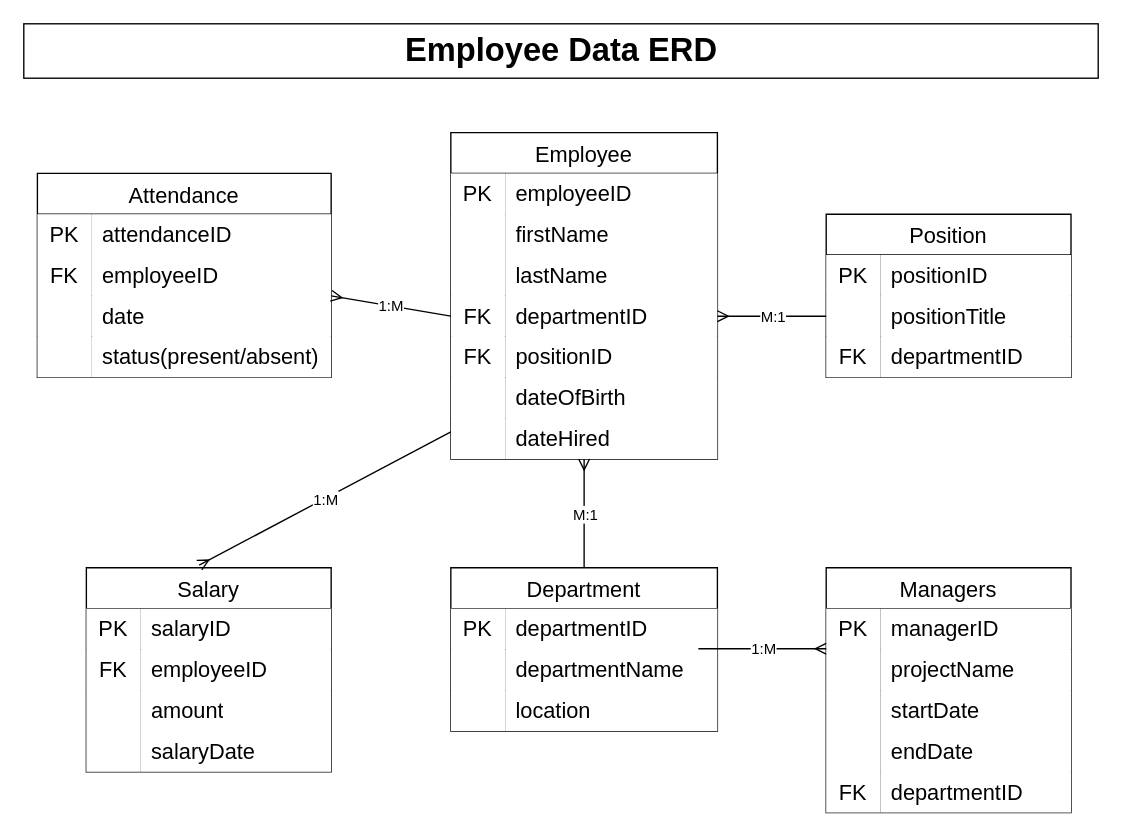
Above: erd-diagram.drawio in HoneyBunny3/employee-data-management (draw.io), before the change. Source tidied: cells renumbered, new cells numbered last; positions are measured from the earlier drawing's top-left corner, leaving out a move shared by most shapes. Both pictures are drawn from the tidied source at 136%, with x=0, y=0 at pixel (23, 23).
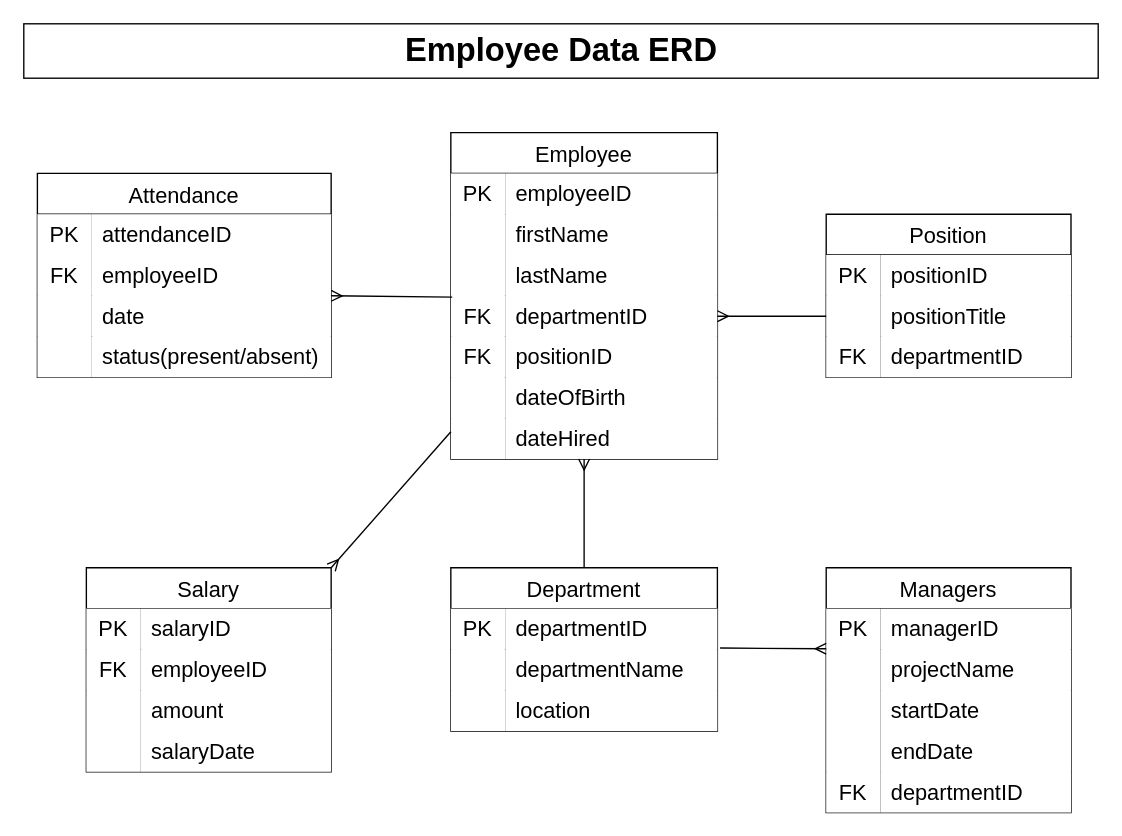
Above is the later version.

Unchanged cells that the change refers to:
```xml
<mxCell id="13" style="shape=tableRow;horizontal=0;startSize=0;swimlaneHead=0;swimlaneBody=0;top=0;left=0;bottom=0;right=0;fillColor=none;points=[[0,0.5],[1,0.5]];portConstraint=eastwest;strokeColor=inherit;fontSize=16;labelBackgroundColor=default;" parent="3" vertex="1">
  <mxGeometry y="120" width="196" height="30" as="geometry" />
</mxCell>
<mxCell id="26" style="shape=tableRow;horizontal=0;startSize=0;swimlaneHead=0;swimlaneBody=0;top=0;left=0;bottom=0;right=0;fillColor=none;points=[[0,0.5],[1,0.5]];portConstraint=eastwest;strokeColor=inherit;fontSize=16;labelBackgroundColor=default;" parent="25" vertex="1">
  <mxGeometry y="30" width="196" height="30" as="geometry" />
</mxCell>
<mxCell id="45" value="Salary" style="shape=table;startSize=30;childLayout=tableLayout;rowLines=0;fontStyle=0;strokeColor=default;fontSize=16;labelBackgroundColor=default;" parent="1" vertex="1">
  <mxGeometry x="46" y="400" width="180" height="150" as="geometry" />
</mxCell>
<mxCell id="65" style="shape=tableRow;horizontal=0;startSize=0;swimlaneHead=0;swimlaneBody=0;top=0;left=0;bottom=0;right=0;fillColor=none;points=[[0,0.5],[1,0.5]];portConstraint=eastwest;strokeColor=inherit;fontSize=16;labelBackgroundColor=default;" parent="58" vertex="1">
  <mxGeometry y="90" width="216" height="30" as="geometry" />
</mxCell>
<mxCell id="87" style="endArrow=none;html=1;rounded=0;entryX=0.5;entryY=0;entryDx=0;entryDy=0;startArrow=ERmany;startFill=0;endFill=0;labelBackgroundColor=default;" parent="1" edge="1" source="22" target="25">
  <mxGeometry relative="1" as="geometry" />
</mxCell>
<mxCell id="89" style="endArrow=none;html=1;rounded=0;exitX=1;exitY=0.5;exitDx=0;exitDy=0;entryX=0;entryY=0.5;entryDx=0;entryDy=0;startArrow=ERmany;startFill=0;endFill=0;labelBackgroundColor=default;" parent="1" edge="1" source="13" target="39">
  <mxGeometry relative="1" as="geometry" />
</mxCell>
```

Diff of the diagram source:
```diff
@@
-    <mxCell id="88" value="M:1" style="edgeLabel;html=1;align=center;verticalAlign=middle;labelBackgroundColor=default;" parent="87" vertex="1">
-      <mxGeometry relative="1" as="geometry" />
-    </mxCell>
@@
-    <mxCell id="90" value="M:1" style="edgeLabel;html=1;align=center;verticalAlign=middle;labelBackgroundColor=default;" parent="89" vertex="1">
-      <mxGeometry relative="1" as="geometry" />
-    </mxCell>
-    <mxCell id="91" style="endArrow=ERmany;html=1;rounded=0;entryX=0.461;entryY=-0.013;entryDx=0;entryDy=0;endFill=0;entryPerimeter=0;labelBackgroundColor=default;" parent="1" edge="1" target="45">
+    <mxCell id="91" style="endArrow=ERmany;html=1;rounded=0;entryX=1;entryY=0;entryDx=0;entryDy=0;endFill=0;labelBackgroundColor=default;" parent="1" edge="1" target="45">
       <mxGeometry relative="1" as="geometry">
         <mxPoint x="314" y="300" as="sourcePoint" />
       </mxGeometry>
     </mxCell>
-    <mxCell id="92" value="1:M" style="edgeLabel;html=1;align=center;verticalAlign=middle;labelBackgroundColor=default;" parent="91" vertex="1">
-      <mxGeometry relative="1" as="geometry" />
-    </mxCell>
-    <mxCell id="93" style="endArrow=ERmany;html=1;rounded=0;exitX=0;exitY=0.5;exitDx=0;exitDy=0;entryX=1;entryY=0;entryDx=0;entryDy=0;entryPerimeter=0;startArrow=none;startFill=0;endFill=0;labelBackgroundColor=default;" parent="1" edge="1" source="13" target="65">
+    <mxCell id="93" style="endArrow=ERmany;html=1;rounded=0;exitX=0.005;exitY=0.033;exitDx=0;exitDy=0;entryX=1;entryY=0;entryDx=0;entryDy=0;entryPerimeter=0;startArrow=none;startFill=0;endFill=0;labelBackgroundColor=default;exitPerimeter=0;" parent="1" edge="1" source="13" target="65">
       <mxGeometry relative="1" as="geometry" />
     </mxCell>
-    <mxCell id="94" value="1:M" style="edgeLabel;html=1;align=center;verticalAlign=middle;labelBackgroundColor=default;" parent="93" vertex="1">
-      <mxGeometry relative="1" as="geometry" />
-    </mxCell>
-    <mxCell id="95" style="endArrow=ERmany;html=1;rounded=0;entryX=0.006;entryY=0.767;entryDx=0;entryDy=0;entryPerimeter=0;exitX=1.017;exitY=0.767;exitDx=0;exitDy=0;exitPerimeter=0;endFill=0;labelBackgroundColor=default;" parent="1" edge="1">
+    <mxCell id="95" style="endArrow=ERmany;html=1;rounded=0;entryX=0.006;entryY=0.767;entryDx=0;entryDy=0;entryPerimeter=0;endFill=0;labelBackgroundColor=default;exitX=1.01;exitY=0.967;exitDx=0;exitDy=0;exitPerimeter=0;" parent="1" edge="1" source="26">
       <mxGeometry relative="1" as="geometry">
-        <mxPoint x="496" y="459.5" as="sourcePoint" />
         <mxPoint x="590" y="459.5" as="targetPoint" />
       </mxGeometry>
     </mxCell>
-    <mxCell id="96" value="1:M" style="edgeLabel;html=1;align=center;verticalAlign=middle;labelBackgroundColor=default;" parent="95" vertex="1">
-      <mxGeometry relative="1" as="geometry" />
-    </mxCell>
```
